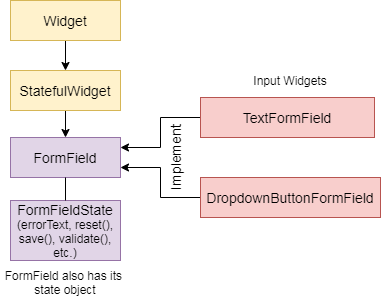
This is flutter/form4.png from walkingtree/images, a draw.io export, as it was before one commit. Source tidied: cells renumbered, new cells last; positions are measured from the earlier drawing's top-left corner, leaving out a move shared by most shapes. Its diagram source:
```xml
<mxGraphModel>
  <root>
    <mxCell id="0" />
    <mxCell id="1" parent="0" />
    <mxCell id="2" style="edgeStyle=orthogonalEdgeStyle;rounded=0;jettySize=auto;html=1;entryX=0.5;entryY=0;entryDx=0;entryDy=0;" parent="1" edge="1" source="3" target="5">
      <mxGeometry relative="1" as="geometry" />
    </mxCell>
    <mxCell id="3" value="&lt;font style=&quot;font-size: 14px&quot;&gt;Widget&lt;/font&gt;" style="rounded=0;whiteSpace=wrap;html=1;fillColor=#fff2cc;strokeColor=#d6b656;" parent="1" vertex="1">
      <mxGeometry x="10" width="110" height="40" as="geometry" />
    </mxCell>
    <mxCell id="4" style="edgeStyle=orthogonalEdgeStyle;rounded=0;jettySize=auto;html=1;entryX=0.5;entryY=0;entryDx=0;entryDy=0;" parent="1" edge="1" source="5" target="6">
      <mxGeometry relative="1" as="geometry" />
    </mxCell>
    <mxCell id="5" value="&lt;font style=&quot;font-size: 14px&quot;&gt;StatefulWidget&lt;/font&gt;" style="rounded=0;whiteSpace=wrap;html=1;fillColor=#fff2cc;strokeColor=#d6b656;" parent="1" vertex="1">
      <mxGeometry x="10" y="70" width="110" height="40" as="geometry" />
    </mxCell>
    <mxCell id="6" value="&lt;font style=&quot;font-size: 14px&quot;&gt;FormField&lt;/font&gt;" style="rounded=0;whiteSpace=wrap;html=1;fillColor=#e1d5e7;strokeColor=#9673a6;" parent="1" vertex="1">
      <mxGeometry x="10" y="137" width="110" height="40" as="geometry" />
    </mxCell>
    <mxCell id="7" style="edgeStyle=orthogonalEdgeStyle;rounded=0;jettySize=auto;html=1;entryX=1;entryY=0.25;entryDx=0;entryDy=0;" parent="1" edge="1" source="8" target="6">
      <mxGeometry relative="1" as="geometry" />
    </mxCell>
    <mxCell id="8" value="&lt;font style=&quot;font-size: 14px&quot;&gt;TextFormField&lt;/font&gt;" style="rounded=0;whiteSpace=wrap;html=1;fillColor=#f8cecc;strokeColor=#b85450;" parent="1" vertex="1">
      <mxGeometry x="200" y="97" width="174" height="40" as="geometry" />
    </mxCell>
    <mxCell id="9" style="edgeStyle=orthogonalEdgeStyle;rounded=0;jettySize=auto;html=1;entryX=1;entryY=0.75;entryDx=0;entryDy=0;" parent="1" edge="1" source="10" target="6">
      <mxGeometry relative="1" as="geometry" />
    </mxCell>
    <mxCell id="10" value="&lt;font style=&quot;font-size: 14px&quot;&gt;DropdownButtonFormField&lt;/font&gt;" style="rounded=0;whiteSpace=wrap;html=1;fillColor=#f8cecc;strokeColor=#b85450;" parent="1" vertex="1">
      <mxGeometry x="200" y="177" width="180" height="40" as="geometry" />
    </mxCell>
    <mxCell id="11" value="&lt;font style=&quot;font-size: 14px&quot;&gt;Implement&lt;/font&gt;" style="text;html=1;strokeColor=none;fillColor=none;align=center;verticalAlign=middle;whiteSpace=wrap;rounded=0;rotation=-90;" parent="1" vertex="1">
      <mxGeometry x="140" y="147" width="70" height="20" as="geometry" />
    </mxCell>
    <mxCell id="12" value="&lt;font&gt;&lt;span style=&quot;font-size: 14px&quot;&gt;FormFieldState&lt;/span&gt;&lt;br&gt;&lt;font style=&quot;font-size: 12px&quot;&gt;(errorText, reset(), save(), validate(), etc.)&lt;/font&gt;&lt;br&gt;&lt;/font&gt;" style="rounded=0;whiteSpace=wrap;html=1;fillColor=#e1d5e7;strokeColor=#9673a6;" parent="1" vertex="1">
      <mxGeometry x="10" y="200" width="110" height="60" as="geometry" />
    </mxCell>
    <mxCell id="13" style="endArrow=none;html=1;entryX=0.5;entryY=1;entryDx=0;entryDy=0;exitX=0.5;exitY=0;exitDx=0;exitDy=0;" parent="1" edge="1" source="12" target="6">
      <mxGeometry relative="1" as="geometry" />
    </mxCell>
    <mxCell id="14" value="Input Widgets" style="text;html=1;strokeColor=none;fillColor=none;align=center;verticalAlign=middle;whiteSpace=wrap;rounded=0;" parent="1" vertex="1">
      <mxGeometry x="250" y="70" width="80" height="20" as="geometry" />
    </mxCell>
    <mxCell id="15" value="FormField also has its&amp;nbsp; state object" style="text;html=1;strokeColor=none;fillColor=none;align=center;verticalAlign=middle;whiteSpace=wrap;rounded=0;" parent="1" vertex="1">
      <mxGeometry y="272" width="130" height="20" as="geometry" />
    </mxCell>
  </root>
</mxGraphModel>
```
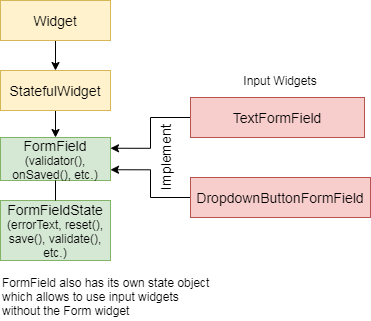
The same diagram one commit later.

The edit, as a diff of the source:
```diff
@@ -14,8 +14,8 @@
     <mxCell id="5" value="&lt;font style=&quot;font-size: 14px&quot;&gt;StatefulWidget&lt;/font&gt;" style="rounded=0;whiteSpace=wrap;html=1;fillColor=#fff2cc;strokeColor=#d6b656;" parent="1" vertex="1">
       <mxGeometry x="10" y="70" width="110" height="40" as="geometry" />
     </mxCell>
-    <mxCell id="6" value="&lt;font style=&quot;font-size: 14px&quot;&gt;FormField&lt;/font&gt;" style="rounded=0;whiteSpace=wrap;html=1;fillColor=#e1d5e7;strokeColor=#9673a6;" parent="1" vertex="1">
-      <mxGeometry x="10" y="137" width="110" height="40" as="geometry" />
+    <mxCell id="6" value="&lt;font&gt;&lt;span style=&quot;font-size: 14px&quot;&gt;FormField&lt;/span&gt;&lt;br&gt;&lt;div&gt;&lt;span&gt;(validator(), onSaved(), etc.)&lt;/span&gt;&lt;/div&gt;&lt;/font&gt;" style="rounded=0;whiteSpace=wrap;html=1;fillColor=#d5e8d4;strokeColor=#82b366;" parent="1" vertex="1">
+      <mxGeometry x="10" y="137" width="110" height="43" as="geometry" />
     </mxCell>
     <mxCell id="7" style="edgeStyle=orthogonalEdgeStyle;rounded=0;jettySize=auto;html=1;entryX=1;entryY=0.25;entryDx=0;entryDy=0;" parent="1" edge="1" source="8" target="6">
       <mxGeometry relative="1" as="geometry" />
@@ -32,7 +32,7 @@
     <mxCell id="11" value="&lt;font style=&quot;font-size: 14px&quot;&gt;Implement&lt;/font&gt;" style="text;html=1;strokeColor=none;fillColor=none;align=center;verticalAlign=middle;whiteSpace=wrap;rounded=0;rotation=-90;" parent="1" vertex="1">
       <mxGeometry x="140" y="147" width="70" height="20" as="geometry" />
     </mxCell>
-    <mxCell id="12" value="&lt;font&gt;&lt;span style=&quot;font-size: 14px&quot;&gt;FormFieldState&lt;/span&gt;&lt;br&gt;&lt;font style=&quot;font-size: 12px&quot;&gt;(errorText, reset(), save(), validate(), etc.)&lt;/font&gt;&lt;br&gt;&lt;/font&gt;" style="rounded=0;whiteSpace=wrap;html=1;fillColor=#e1d5e7;strokeColor=#9673a6;" parent="1" vertex="1">
+    <mxCell id="12" value="&lt;font&gt;&lt;span style=&quot;font-size: 14px&quot;&gt;FormFieldState&lt;/span&gt;&lt;br&gt;&lt;font style=&quot;font-size: 12px&quot;&gt;(errorText, reset(), save(), validate(), etc.)&lt;/font&gt;&lt;br&gt;&lt;/font&gt;" style="rounded=0;whiteSpace=wrap;html=1;fillColor=#d5e8d4;strokeColor=#82b366;" parent="1" vertex="1">
       <mxGeometry x="10" y="200" width="110" height="60" as="geometry" />
     </mxCell>
     <mxCell id="13" style="endArrow=none;html=1;entryX=0.5;entryY=1;entryDx=0;entryDy=0;exitX=0.5;exitY=0;exitDx=0;exitDy=0;" parent="1" edge="1" source="12" target="6">
@@ -41,8 +41,8 @@
     <mxCell id="14" value="Input Widgets" style="text;html=1;strokeColor=none;fillColor=none;align=center;verticalAlign=middle;whiteSpace=wrap;rounded=0;" parent="1" vertex="1">
       <mxGeometry x="250" y="70" width="80" height="20" as="geometry" />
     </mxCell>
-    <mxCell id="15" value="FormField also has its&amp;nbsp; state object" style="text;html=1;strokeColor=none;fillColor=none;align=center;verticalAlign=middle;whiteSpace=wrap;rounded=0;" parent="1" vertex="1">
-      <mxGeometry y="272" width="130" height="20" as="geometry" />
+    <mxCell id="15" value="FormField also has its own state object which allows to use input widgets without the Form widget&amp;nbsp;" style="text;html=1;strokeColor=none;fillColor=none;align=left;verticalAlign=middle;whiteSpace=wrap;rounded=0;" parent="1" vertex="1">
+      <mxGeometry x="10" y="272" width="210" height="48" as="geometry" />
     </mxCell>
   </root>
 </mxGraphModel>
```
